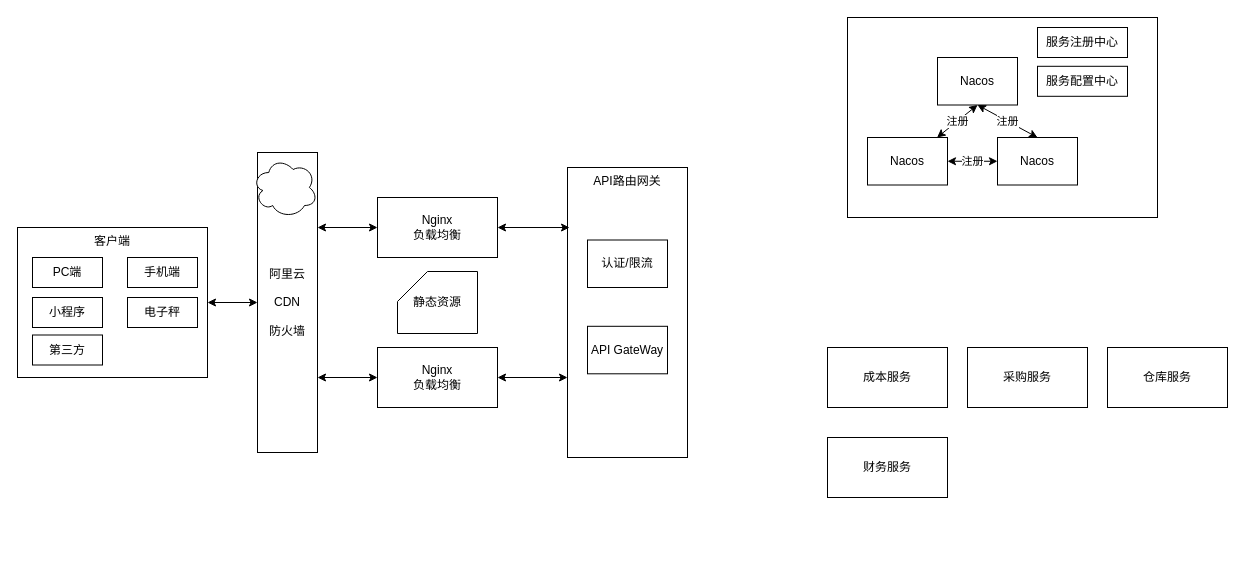
dengyulong/PublicStore keeps this draw.io diagram as diagrams/Untitled Diagram.drawio. Above is the earlier version. Source tidied: cells renumbered, new cells numbered last; positions are measured from the earlier drawing's top-left corner, leaving out a move shared by most shapes. Both pictures are drawn from the tidied source at 100%, with x=0, y=0 at pixel (17, 17).
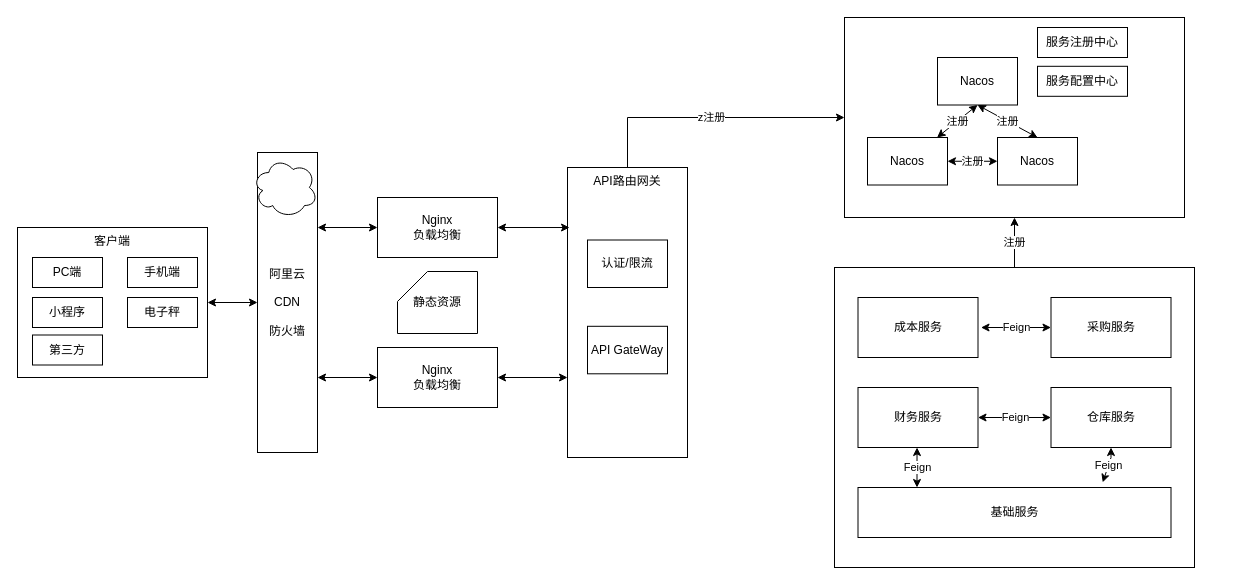
The same page after the edit.

The change refers to these unchanged cells:
```xml
<mxCell id="3" value="API路由网关" style="rounded=0;whiteSpace=wrap;html=1;verticalAlign=top;" parent="1" vertex="1">
  <mxGeometry x="550" y="150" width="120" height="290" as="geometry" />
</mxCell>
```

The edit, as a diff of the source:
```diff
@@
+    <mxCell id="34" style="rounded=0;whiteSpace=wrap;html=1;" parent="1" vertex="1">
+      <mxGeometry x="817" y="250" width="360" height="300" as="geometry" />
+    </mxCell>
     <mxCell id="2" style="rounded=0;whiteSpace=wrap;html=1;" parent="1" vertex="1">
-      <mxGeometry x="830" width="310" height="200" as="geometry" />
+      <mxGeometry x="827" width="340" height="200" as="geometry" />
     </mxCell>
+    <mxCell id="35" value="z注册" style="edgeStyle=orthogonalEdgeStyle;rounded=0;jettySize=auto;html=1;entryX=0;entryY=0.5;entryDx=0;entryDy=0;" parent="1" edge="1" source="3" target="2">
+      <mxGeometry relative="1" as="geometry">
+        <Array as="points">
+          <mxPoint x="610" y="100" />
+        </Array>
+      </mxGeometry>
+    </mxCell>
@@
     <mxCell id="30" value="成本服务" style="rounded=0;whiteSpace=wrap;html=1;" parent="1" vertex="1">
-      <mxGeometry x="810" y="330" width="120" height="60" as="geometry" />
+      <mxGeometry x="840.5" y="280" width="120" height="60" as="geometry" />
     </mxCell>
     <mxCell id="31" value="采购服务" style="rounded=0;whiteSpace=wrap;html=1;" parent="1" vertex="1">
-      <mxGeometry x="950" y="330" width="120" height="60" as="geometry" />
+      <mxGeometry x="1033.5" y="280" width="120" height="60" as="geometry" />
     </mxCell>
     <mxCell id="32" value="仓库服务" style="rounded=0;whiteSpace=wrap;html=1;" parent="1" vertex="1">
-      <mxGeometry x="1090" y="330" width="120" height="60" as="geometry" />
+      <mxGeometry x="1033.5" y="370" width="120" height="60" as="geometry" />
     </mxCell>
     <mxCell id="33" value="财务服务" style="rounded=0;whiteSpace=wrap;html=1;" parent="1" vertex="1">
-      <mxGeometry x="810" y="420" width="120" height="60" as="geometry" />
+      <mxGeometry x="840.5" y="370" width="120" height="60" as="geometry" />
     </mxCell>
+    <mxCell id="36" value="基础服务" style="rounded=0;whiteSpace=wrap;html=1;" parent="1" vertex="1">
+      <mxGeometry x="840.5" y="470" width="313" height="50" as="geometry" />
+    </mxCell>
+    <mxCell id="37" value="Feign" style="endArrow=classic;startArrow=classic;html=1;rounded=0;entryX=0;entryY=0.5;entryDx=0;entryDy=0;" parent="1" edge="1" target="31">
+      <mxGeometry relative="1" as="geometry">
+        <mxPoint x="963.5" y="310" as="sourcePoint" />
+      </mxGeometry>
+    </mxCell>
+    <mxCell id="38" value="Feign" style="endArrow=classic;startArrow=classic;html=1;rounded=0;entryX=0;entryY=0.5;entryDx=0;entryDy=0;exitX=1;exitY=0.5;exitDx=0;exitDy=0;" parent="1" edge="1" source="33" target="32">
+      <mxGeometry relative="1" as="geometry" />
+    </mxCell>
+    <mxCell id="39" value="Feign" style="endArrow=classic;startArrow=classic;html=1;rounded=0;entryX=0.492;entryY=1;entryDx=0;entryDy=0;entryPerimeter=0;" parent="1" edge="1" target="33">
+      <mxGeometry relative="1" as="geometry">
+        <mxPoint x="899.5" y="470" as="sourcePoint" />
+      </mxGeometry>
+    </mxCell>
+    <mxCell id="40" value="Feign" style="endArrow=classic;startArrow=classic;html=1;rounded=0;entryX=0.5;entryY=1;entryDx=0;entryDy=0;exitX=0.782;exitY=-0.102;exitDx=0;exitDy=0;exitPerimeter=0;" parent="1" edge="1" source="36" target="32">
+      <mxGeometry relative="1" as="geometry">
+        <Array as="points">
+          <mxPoint x="1093.5" y="440" />
+        </Array>
+      </mxGeometry>
+    </mxCell>
+    <mxCell id="41" value="注册" style="endArrow=classic;html=1;rounded=0;entryX=0.5;entryY=1;entryDx=0;entryDy=0;exitX=0.5;exitY=0;exitDx=0;exitDy=0;" parent="1" edge="1" source="34" target="2">
+      <mxGeometry relative="1" as="geometry" />
+    </mxCell>
```
